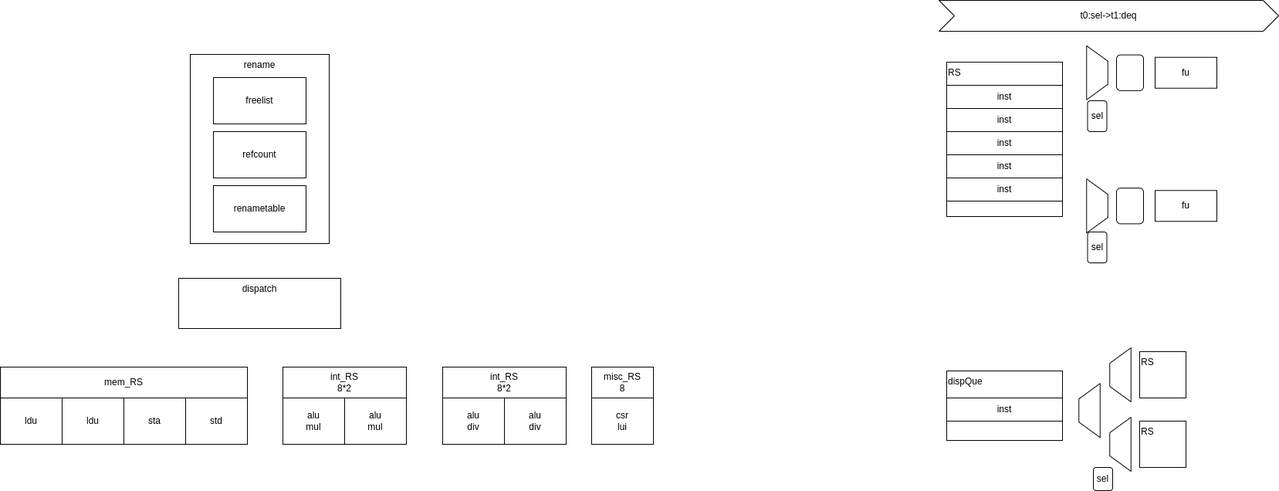
Above: aura-arch.drawio.png in tastynoob/aura-core (draw.io), before the change. Source tidied: cells renumbered, new cells last; positions are measured from the earlier drawing's top-left corner, leaving out a move shared by most shapes.
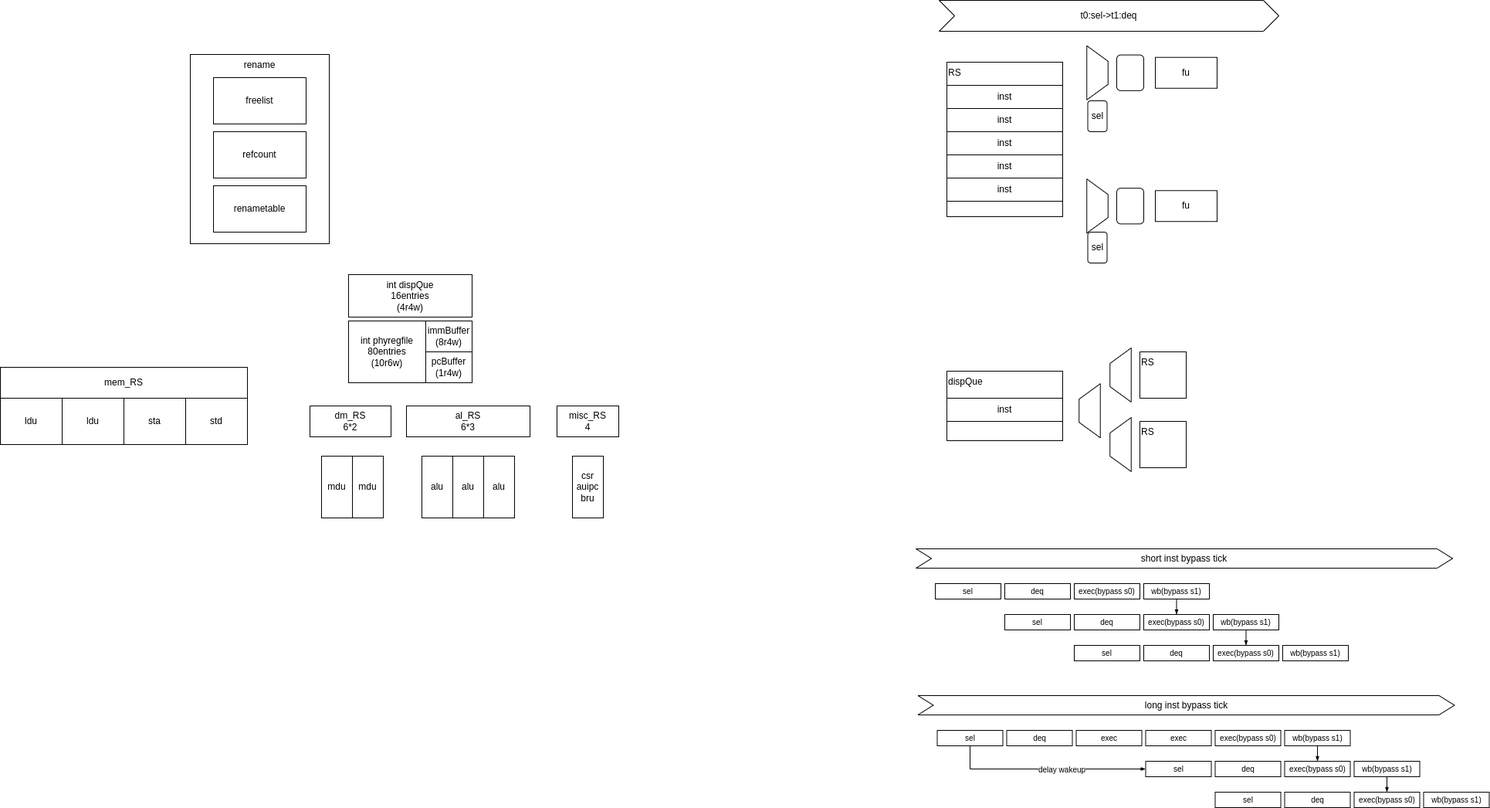
The same diagram one commit later.

What changed in the source:
```diff
@@ -17,23 +17,23 @@
     <mxCell id="6" value="renametable" style="rounded=0;whiteSpace=wrap;html=1;" parent="2" vertex="1">
       <mxGeometry x="30" y="170" width="120" height="60" as="geometry" />
     </mxCell>
-    <mxCell id="7" value="dispatch" style="rounded=0;whiteSpace=wrap;html=1;align=center;verticalAlign=top;" parent="1" vertex="1">
-      <mxGeometry x="231" y="360" width="210" height="65" as="geometry" />
+    <mxCell id="7" value="int dispQue&lt;br&gt;16entries&lt;br&gt;(4r4w)" style="rounded=0;whiteSpace=wrap;html=1;align=center;verticalAlign=middle;" parent="1" vertex="1">
+      <mxGeometry x="451" y="355" width="160" height="55" as="geometry" />
     </mxCell>
-    <mxCell id="8" value="int_RS&lt;br&gt;8*2" style="rounded=0;whiteSpace=wrap;html=1;align=center;verticalAlign=middle;" parent="1" vertex="1">
-      <mxGeometry x="366" y="475" width="160" height="40" as="geometry" />
+    <mxCell id="8" value="dm_RS&lt;br&gt;6*2" style="rounded=0;whiteSpace=wrap;html=1;align=center;verticalAlign=middle;" parent="1" vertex="1">
+      <mxGeometry x="401" y="525" width="105" height="40" as="geometry" />
     </mxCell>
-    <mxCell id="9" value="alu&lt;br&gt;div" style="rounded=0;whiteSpace=wrap;html=1;" parent="1" vertex="1">
-      <mxGeometry x="653" y="515" width="80" height="60" as="geometry" />
+    <mxCell id="9" value="alu" style="rounded=0;whiteSpace=wrap;html=1;" parent="1" vertex="1">
+      <mxGeometry x="586" y="590" width="40" height="80" as="geometry" />
     </mxCell>
-    <mxCell id="10" value="alu&lt;br&gt;div" style="rounded=0;whiteSpace=wrap;html=1;" parent="1" vertex="1">
-      <mxGeometry x="573" y="515" width="80" height="60" as="geometry" />
+    <mxCell id="10" value="alu" style="rounded=0;whiteSpace=wrap;html=1;" parent="1" vertex="1">
+      <mxGeometry x="546" y="590" width="40" height="80" as="geometry" />
     </mxCell>
-    <mxCell id="11" value="alu&lt;br&gt;mul" style="rounded=0;whiteSpace=wrap;html=1;" parent="1" vertex="1">
-      <mxGeometry x="446" y="515" width="80" height="60" as="geometry" />
+    <mxCell id="11" value="mdu" style="rounded=0;whiteSpace=wrap;html=1;" parent="1" vertex="1">
+      <mxGeometry x="456" y="590" width="40" height="80" as="geometry" />
     </mxCell>
-    <mxCell id="12" value="alu&lt;br&gt;mul" style="rounded=0;whiteSpace=wrap;html=1;" parent="1" vertex="1">
-      <mxGeometry x="366" y="515" width="80" height="60" as="geometry" />
+    <mxCell id="12" value="mdu" style="rounded=0;whiteSpace=wrap;html=1;" parent="1" vertex="1">
+      <mxGeometry x="416" y="590" width="40" height="80" as="geometry" />
     </mxCell>
     <mxCell id="13" value="mem_RS" style="rounded=0;whiteSpace=wrap;html=1;align=center;verticalAlign=middle;" parent="1" vertex="1">
       <mxGeometry y="475" width="320" height="40" as="geometry" />
@@ -50,14 +50,14 @@
     <mxCell id="17" value="ldu" style="rounded=0;whiteSpace=wrap;html=1;" parent="1" vertex="1">
       <mxGeometry y="515" width="80" height="60" as="geometry" />
     </mxCell>
-    <mxCell id="18" value="int_RS&lt;br&gt;8*2" style="rounded=0;whiteSpace=wrap;html=1;align=center;verticalAlign=middle;" parent="1" vertex="1">
-      <mxGeometry x="573" y="475" width="160" height="40" as="geometry" />
+    <mxCell id="18" value="al_RS&lt;br&gt;6*3" style="rounded=0;whiteSpace=wrap;html=1;align=center;verticalAlign=middle;" parent="1" vertex="1">
+      <mxGeometry x="526" y="525" width="160" height="40" as="geometry" />
     </mxCell>
-    <mxCell id="19" value="misc_RS&lt;br&gt;8" style="rounded=0;whiteSpace=wrap;html=1;align=center;verticalAlign=middle;" parent="1" vertex="1">
-      <mxGeometry x="766" y="475" width="80" height="40" as="geometry" />
+    <mxCell id="19" value="misc_RS&lt;br&gt;4" style="rounded=0;whiteSpace=wrap;html=1;align=center;verticalAlign=middle;" parent="1" vertex="1">
+      <mxGeometry x="721" y="525" width="80" height="40" as="geometry" />
     </mxCell>
-    <mxCell id="20" value="csr&lt;br&gt;lui" style="rounded=0;whiteSpace=wrap;html=1;" parent="1" vertex="1">
-      <mxGeometry x="766" y="515" width="80" height="60" as="geometry" />
+    <mxCell id="20" value="csr&lt;br&gt;auipc&lt;br&gt;bru" style="rounded=0;whiteSpace=wrap;html=1;" parent="1" vertex="1">
+      <mxGeometry x="741" y="590" width="40" height="80" as="geometry" />
     </mxCell>
     <mxCell id="21" value="fu" style="rounded=0;whiteSpace=wrap;html=1;" parent="1" vertex="1">
       <mxGeometry x="1496" y="73.8" width="80" height="40" as="geometry" />
@@ -116,9 +116,6 @@
     <mxCell id="39" style="shape=trapezoid;perimeter=trapezoidPerimeter;whiteSpace=wrap;html=1;fixedSize=1;rotation=-90;" parent="1" vertex="1">
       <mxGeometry x="1376" y="517.5" width="70" height="27.5" as="geometry" />
     </mxCell>
-    <mxCell id="40" value="sel" style="rounded=1;whiteSpace=wrap;html=1;" parent="1" vertex="1">
-      <mxGeometry x="1416" y="605" width="25" height="30" as="geometry" />
-    </mxCell>
     <mxCell id="41" value="sel" style="rounded=1;whiteSpace=wrap;html=1;" parent="1" vertex="1">
       <mxGeometry x="1408.5" y="300" width="25" height="40" as="geometry" />
     </mxCell>
@@ -128,5 +125,123 @@
     <mxCell id="43" style="shape=trapezoid;perimeter=trapezoidPerimeter;whiteSpace=wrap;html=1;fixedSize=1;rotation=-90;" parent="1" vertex="1">
       <mxGeometry x="1416" y="561.2" width="70" height="27.5" as="geometry" />
     </mxCell>
+    <mxCell id="44" value="alu" style="rounded=0;whiteSpace=wrap;html=1;" parent="1" vertex="1">
+      <mxGeometry x="626" y="590" width="40" height="80" as="geometry" />
+    </mxCell>
+    <mxCell id="45" value="sel" style="rounded=0;whiteSpace=wrap;html=1;fontSize=10;" parent="1" vertex="1">
+      <mxGeometry x="1211" y="755" width="85" height="20" as="geometry" />
+    </mxCell>
+    <mxCell id="46" value="short inst bypass tick" style="shape=step;perimeter=stepPerimeter;whiteSpace=wrap;html=1;fixedSize=1;" parent="1" vertex="1">
+      <mxGeometry x="1186" y="710" width="695" height="25" as="geometry" />
+    </mxCell>
+    <mxCell id="47" value="deq" style="rounded=0;whiteSpace=wrap;html=1;fontSize=10;" parent="1" vertex="1">
+      <mxGeometry x="1301" y="755" width="85" height="20" as="geometry" />
+    </mxCell>
+    <mxCell id="48" value="exec(bypass s0)" style="rounded=0;whiteSpace=wrap;html=1;fontSize=10;" parent="1" vertex="1">
+      <mxGeometry x="1391" y="755" width="85" height="20" as="geometry" />
+    </mxCell>
+    <mxCell id="49" style="edgeStyle=none;rounded=0;html=1;entryX=0.5;entryY=0;entryDx=0;entryDy=0;fontSize=10;endArrow=blockThin;endFill=1;endSize=4;" parent="1" edge="1" source="50" target="53">
+      <mxGeometry relative="1" as="geometry" />
+    </mxCell>
+    <mxCell id="50" value="wb(bypass s1)" style="rounded=0;whiteSpace=wrap;html=1;fontSize=10;" parent="1" vertex="1">
+      <mxGeometry x="1481" y="755" width="85" height="20" as="geometry" />
+    </mxCell>
+    <mxCell id="51" value="sel" style="rounded=0;whiteSpace=wrap;html=1;fontSize=10;" parent="1" vertex="1">
+      <mxGeometry x="1301" y="795" width="85" height="20" as="geometry" />
+    </mxCell>
+    <mxCell id="52" value="deq" style="rounded=0;whiteSpace=wrap;html=1;fontSize=10;" parent="1" vertex="1">
+      <mxGeometry x="1391" y="795" width="85" height="20" as="geometry" />
+    </mxCell>
+    <mxCell id="53" value="exec(bypass s0)" style="rounded=0;whiteSpace=wrap;html=1;fontSize=10;" parent="1" vertex="1">
+      <mxGeometry x="1481" y="795" width="85" height="20" as="geometry" />
+    </mxCell>
+    <mxCell id="54" style="edgeStyle=none;rounded=0;html=1;exitX=0.5;exitY=1;exitDx=0;exitDy=0;entryX=0.5;entryY=0;entryDx=0;entryDy=0;fontSize=10;endArrow=blockThin;endFill=1;endSize=4;" parent="1" edge="1" source="55" target="58">
+      <mxGeometry relative="1" as="geometry" />
+    </mxCell>
+    <mxCell id="55" value="wb(bypass s1)" style="rounded=0;whiteSpace=wrap;html=1;fontSize=10;" parent="1" vertex="1">
+      <mxGeometry x="1571" y="795" width="85" height="20" as="geometry" />
+    </mxCell>
+    <mxCell id="56" value="sel" style="rounded=0;whiteSpace=wrap;html=1;fontSize=10;" parent="1" vertex="1">
+      <mxGeometry x="1391" y="835" width="85" height="20" as="geometry" />
+    </mxCell>
+    <mxCell id="57" value="deq" style="rounded=0;whiteSpace=wrap;html=1;fontSize=10;" parent="1" vertex="1">
+      <mxGeometry x="1481" y="835" width="85" height="20" as="geometry" />
+    </mxCell>
+    <mxCell id="58" value="exec(bypass s0)" style="rounded=0;whiteSpace=wrap;html=1;fontSize=10;" parent="1" vertex="1">
+      <mxGeometry x="1571" y="835" width="85" height="20" as="geometry" />
+    </mxCell>
+    <mxCell id="59" value="wb(bypass s1)" style="rounded=0;whiteSpace=wrap;html=1;fontSize=10;" parent="1" vertex="1">
+      <mxGeometry x="1661" y="835" width="85" height="20" as="geometry" />
+    </mxCell>
+    <mxCell id="60" style="edgeStyle=none;rounded=0;html=1;exitX=0.5;exitY=1;exitDx=0;exitDy=0;entryX=0;entryY=0.5;entryDx=0;entryDy=0;fontSize=10;endArrow=blockThin;endFill=1;endSize=4;" parent="1" edge="1" source="62" target="68">
+      <mxGeometry relative="1" as="geometry">
+        <Array as="points">
+          <mxPoint x="1256" y="995" />
+        </Array>
+      </mxGeometry>
+    </mxCell>
+    <mxCell id="61" value="delay wakeup" style="edgeLabel;html=1;align=center;verticalAlign=middle;fontSize=10;" parent="60" vertex="1">
+      <mxGeometry x="0.16" y="-1" relative="1" as="geometry" />
+    </mxCell>
+    <mxCell id="62" value="sel" style="rounded=0;whiteSpace=wrap;html=1;fontSize=10;" parent="1" vertex="1">
+      <mxGeometry x="1213.5" y="945" width="85" height="20" as="geometry" />
+    </mxCell>
+    <mxCell id="63" value="long inst bypass tick" style="shape=step;perimeter=stepPerimeter;whiteSpace=wrap;html=1;fixedSize=1;" parent="1" vertex="1">
+      <mxGeometry x="1188.5" y="900" width="695" height="25" as="geometry" />
+    </mxCell>
+    <mxCell id="64" value="deq" style="rounded=0;whiteSpace=wrap;html=1;fontSize=10;" parent="1" vertex="1">
+      <mxGeometry x="1303.5" y="945" width="85" height="20" as="geometry" />
+    </mxCell>
+    <mxCell id="65" value="exec" style="rounded=0;whiteSpace=wrap;html=1;fontSize=10;" parent="1" vertex="1">
+      <mxGeometry x="1393.5" y="945" width="85" height="20" as="geometry" />
+    </mxCell>
+    <mxCell id="66" style="edgeStyle=none;rounded=0;html=1;exitX=0.5;exitY=1;exitDx=0;exitDy=0;entryX=0.5;entryY=0;entryDx=0;entryDy=0;fontSize=10;endArrow=blockThin;endFill=1;endSize=4;" parent="1" edge="1" source="67" target="70">
+      <mxGeometry relative="1" as="geometry" />
+    </mxCell>
+    <mxCell id="67" value="wb(bypass s1)" style="rounded=0;whiteSpace=wrap;html=1;fontSize=10;" parent="1" vertex="1">
+      <mxGeometry x="1663.5" y="945" width="85" height="20" as="geometry" />
+    </mxCell>
+    <mxCell id="68" value="sel" style="rounded=0;whiteSpace=wrap;html=1;fontSize=10;" parent="1" vertex="1">
+      <mxGeometry x="1483.5" y="985" width="85" height="20" as="geometry" />
+    </mxCell>
+    <mxCell id="69" value="deq" style="rounded=0;whiteSpace=wrap;html=1;fontSize=10;" parent="1" vertex="1">
+      <mxGeometry x="1573.5" y="985" width="85" height="20" as="geometry" />
+    </mxCell>
+    <mxCell id="70" value="exec(bypass s0)" style="rounded=0;whiteSpace=wrap;html=1;fontSize=10;" parent="1" vertex="1">
+      <mxGeometry x="1663.5" y="985" width="85" height="20" as="geometry" />
+    </mxCell>
+    <mxCell id="71" style="edgeStyle=none;rounded=0;html=1;exitX=0.5;exitY=1;exitDx=0;exitDy=0;entryX=0.5;entryY=0;entryDx=0;entryDy=0;fontSize=10;endArrow=blockThin;endFill=1;endSize=4;" parent="1" edge="1" source="72" target="75">
+      <mxGeometry relative="1" as="geometry" />
+    </mxCell>
+    <mxCell id="72" value="wb(bypass s1)" style="rounded=0;whiteSpace=wrap;html=1;fontSize=10;" parent="1" vertex="1">
+      <mxGeometry x="1753.5" y="985" width="85" height="20" as="geometry" />
+    </mxCell>
+    <mxCell id="73" value="sel" style="rounded=0;whiteSpace=wrap;html=1;fontSize=10;" parent="1" vertex="1">
+      <mxGeometry x="1573.5" y="1025" width="85" height="20" as="geometry" />
+    </mxCell>
+    <mxCell id="74" value="deq" style="rounded=0;whiteSpace=wrap;html=1;fontSize=10;" parent="1" vertex="1">
+      <mxGeometry x="1663.5" y="1025" width="85" height="20" as="geometry" />
+    </mxCell>
+    <mxCell id="75" value="exec(bypass s0)" style="rounded=0;whiteSpace=wrap;html=1;fontSize=10;" parent="1" vertex="1">
+      <mxGeometry x="1753.5" y="1025" width="85" height="20" as="geometry" />
+    </mxCell>
+    <mxCell id="76" value="wb(bypass s1)" style="rounded=0;whiteSpace=wrap;html=1;fontSize=10;" parent="1" vertex="1">
+      <mxGeometry x="1843.5" y="1025" width="85" height="20" as="geometry" />
+    </mxCell>
+    <mxCell id="77" value="pcBuffer&lt;br&gt;(1r4w)" style="rounded=0;whiteSpace=wrap;html=1;align=center;verticalAlign=middle;" parent="1" vertex="1">
+      <mxGeometry x="551" y="455" width="60" height="40" as="geometry" />
+    </mxCell>
+    <mxCell id="78" value="immBuffer&lt;br&gt;(8r4w)" style="rounded=0;whiteSpace=wrap;html=1;align=center;verticalAlign=middle;" parent="1" vertex="1">
+      <mxGeometry x="551" y="415" width="60" height="40" as="geometry" />
+    </mxCell>
+    <mxCell id="79" value="int phyregfile&lt;br&gt;80entries&lt;br&gt;(10r6w)" style="rounded=0;whiteSpace=wrap;html=1;align=center;verticalAlign=middle;" parent="1" vertex="1">
+      <mxGeometry x="451" y="415" width="100" height="80" as="geometry" />
+    </mxCell>
+    <mxCell id="80" value="exec" style="rounded=0;whiteSpace=wrap;html=1;fontSize=10;" parent="1" vertex="1">
+      <mxGeometry x="1483.5" y="945" width="85" height="20" as="geometry" />
+    </mxCell>
+    <mxCell id="81" value="exec(bypass s0)" style="rounded=0;whiteSpace=wrap;html=1;fontSize=10;" parent="1" vertex="1">
+      <mxGeometry x="1573.5" y="945" width="85" height="20" as="geometry" />
+    </mxCell>
   </root>
 </mxGraphModel>
```
